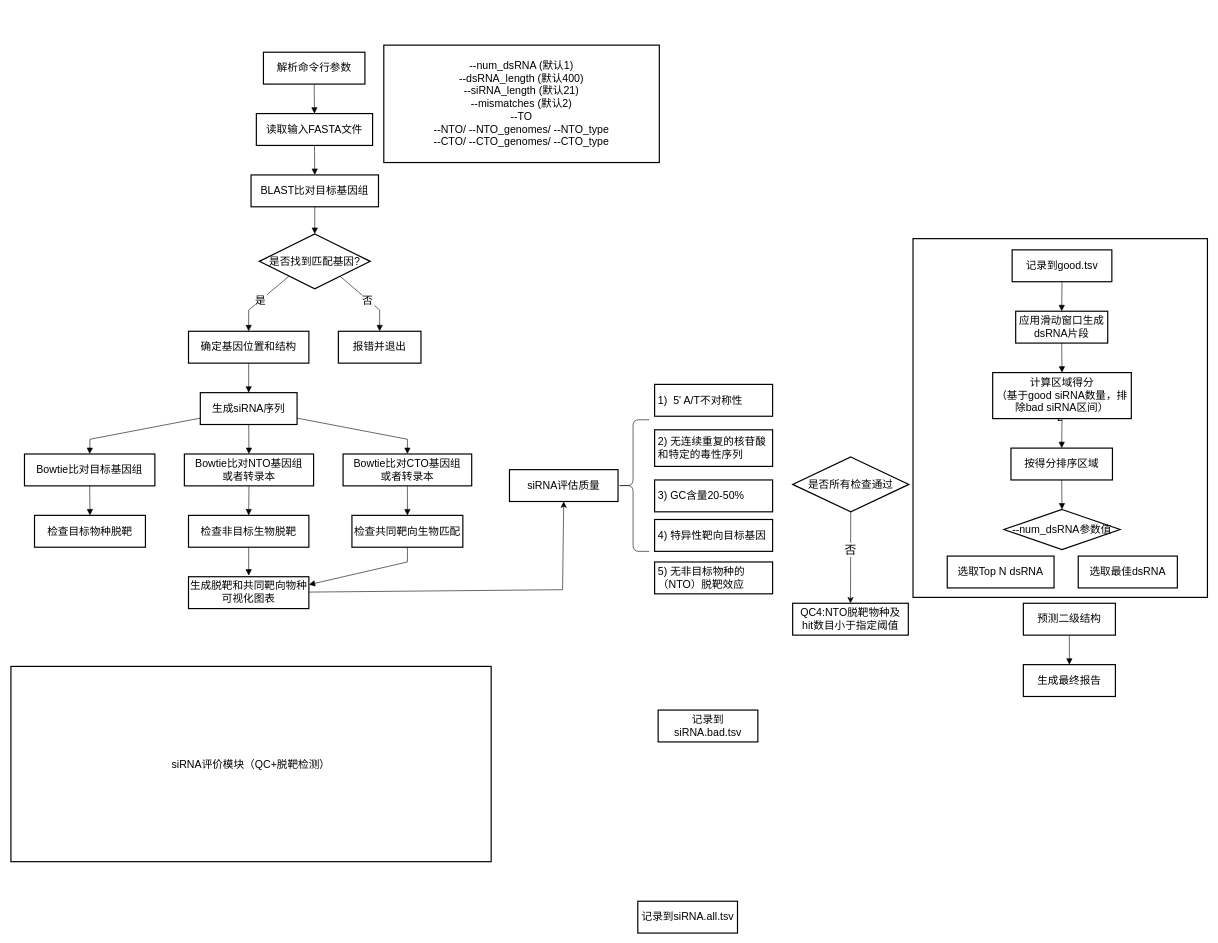
hjanime/101 keeps this draw.io diagram as page "第 19 页" (18 of 18) of 未命名绘图.drawio. Above is the earlier version. Source tidied: cells renumbered, new cells numbered last; positions are measured from the earlier drawing's top-left corner, leaving out a move shared by most shapes. Both pictures are drawn from the tidied source at 59%, with x=0, y=0 at pixel (11, 45).
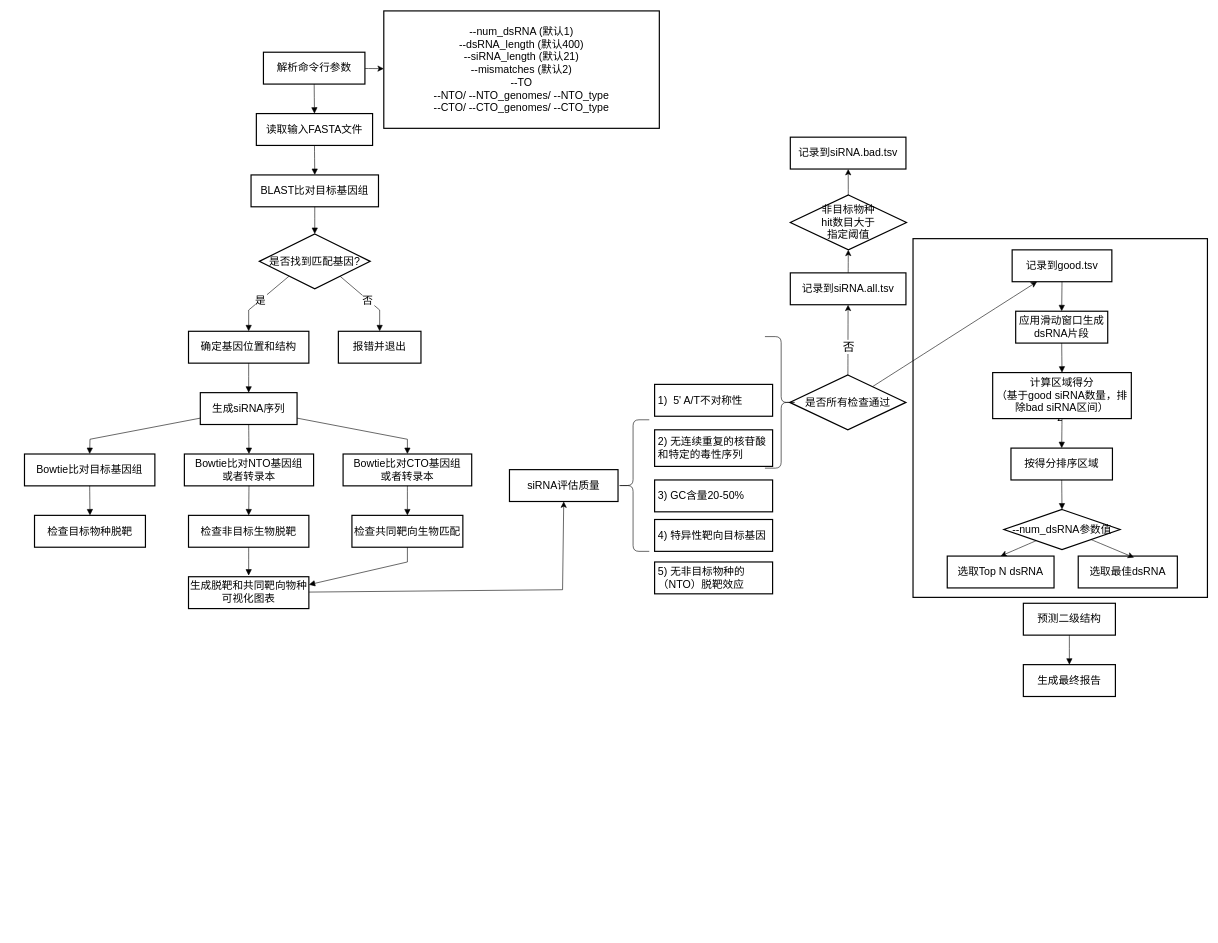
Above is the later version.

Commit message:
更新未命名绘图.drawio

Unchanged cells that the change refers to:
```xml
<mxCell id="3" value="解析命令行参数" style="whiteSpace=wrap;strokeWidth=2;fontSize=18;" parent="1" vertex="1">
  <mxGeometry x="428" y="12" width="172" height="54" as="geometry" />
</mxCell>
<mxCell id="39" value="记录到good.tsv" style="whiteSpace=wrap;strokeWidth=2;fontSize=18;" parent="1" vertex="1">
  <mxGeometry x="1697" y="347" width="169" height="54" as="geometry" />
</mxCell>
<mxCell id="43" value="--num_dsRNA参数值" style="rhombus;strokeWidth=2;whiteSpace=wrap;fontSize=18;" parent="1" vertex="1">
  <mxGeometry x="1683" y="787" width="197" height="68" as="geometry" />
</mxCell>
<mxCell id="44" value="选取Top N dsRNA" style="whiteSpace=wrap;strokeWidth=2;fontSize=18;" parent="1" vertex="1">
  <mxGeometry x="1587" y="866" width="181" height="54" as="geometry" />
</mxCell>
<mxCell id="45" value="选取最佳dsRNA" style="whiteSpace=wrap;strokeWidth=2;fontSize=18;" parent="1" vertex="1">
  <mxGeometry x="1809" y="866" width="168" height="54" as="geometry" />
</mxCell>
```

Diff of the diagram source:
```diff
@@
-    <mxCell id="2" value="siRNA评价模块（QC+脱靶检测）" style="whiteSpace=wrap;strokeWidth=2;fontSize=18;" parent="1" vertex="1">
-      <mxGeometry y="1053" width="814" height="331" as="geometry" />
-    </mxCell>
+    <mxCell id="63" style="edgeStyle=none;curved=1;rounded=0;jettySize=auto;html=1;fontSize=12;startSize=8;endSize=8;" parent="1" edge="1" source="3" target="34">
+      <mxGeometry relative="1" as="geometry" />
+    </mxCell>
@@
     <mxCell id="34" value="--num_dsRNA (默认1)&#10;--dsRNA_length (默认400)&#10;--siRNA_length (默认21)&#10;--mismatches (默认2)&#10;--TO&#10;--NTO/ --NTO_genomes/ --NTO_type&#10;--CTO/ --CTO_genomes/ --CTO_type" style="whiteSpace=wrap;strokeWidth=2;fontSize=18;" parent="1" vertex="1">
-      <mxGeometry x="632" width="467" height="199" as="geometry" />
+      <mxGeometry x="632" y="-58" width="467" height="199" as="geometry" />
     </mxCell>
@@
+    <mxCell id="64" style="edgeStyle=none;curved=1;rounded=0;jettySize=auto;html=1;fontSize=12;startSize=8;endSize=8;entryX=0.5;entryY=0;entryDx=0;entryDy=0;" parent="1" edge="1" source="43" target="44">
+      <mxGeometry relative="1" as="geometry" />
+    </mxCell>
@@
-    <mxCell id="53" value="记录到siRNA.bad.tsv" style="whiteSpace=wrap;strokeWidth=2;fontSize=18;" parent="1" vertex="1">
-      <mxGeometry x="1097" y="1127" width="169" height="54" as="geometry" />
-    </mxCell>
-    <mxCell id="54" value="记录到siRNA.all.tsv" style="whiteSpace=wrap;strokeWidth=2;fontSize=18;" parent="1" vertex="1">
-      <mxGeometry x="1062.5" y="1451" width="169" height="54" as="geometry" />
-    </mxCell>
+    <mxCell id="65" style="edgeStyle=none;curved=1;rounded=0;jettySize=auto;html=1;fontSize=12;startSize=8;endSize=8;" parent="1" edge="1" source="55" target="68">
+      <mxGeometry relative="1" as="geometry" />
+    </mxCell>
-    <mxCell id="55" value="QC4:NTO脱靶物种及&#10;hit数目小于指定阈值" style="whiteSpace=wrap;strokeWidth=2;fontSize=18;" parent="1" vertex="1">
-      <mxGeometry x="1325" y="946" width="196" height="54" as="geometry" />
+    <mxCell id="55" value="记录到siRNA.all.tsv" style="whiteSpace=wrap;strokeWidth=2;fontSize=18;" parent="1" vertex="1">
+      <mxGeometry x="1321" y="386" width="196" height="54" as="geometry" />
     </mxCell>
@@
+    <mxCell id="66" style="edgeStyle=none;curved=1;rounded=0;jettySize=auto;html=1;fontSize=12;startSize=8;endSize=8;" parent="1" edge="1" source="58" target="39">
+      <mxGeometry relative="1" as="geometry" />
+    </mxCell>
     <mxCell id="58" value="是否所有检查通过" style="rhombus;strokeWidth=2;whiteSpace=wrap;fontSize=18;" parent="1" vertex="1">
-      <mxGeometry x="1325" y="698" width="197" height="93" as="geometry" />
+      <mxGeometry x="1320" y="559" width="197" height="93" as="geometry" />
     </mxCell>
@@
+    <mxCell id="67" style="edgeStyle=none;curved=1;rounded=0;jettySize=auto;html=1;fontSize=12;startSize=8;endSize=8;" parent="1" edge="1" source="68" target="53">
+      <mxGeometry relative="1" as="geometry" />
+    </mxCell>
+    <mxCell id="68" value="非目标物种&#10;hit数目大于&#10;指定阈值" style="rhombus;strokeWidth=2;whiteSpace=wrap;fontSize=18;" parent="1" vertex="1">
+      <mxGeometry x="1321" y="254" width="197" height="93" as="geometry" />
+    </mxCell>
+    <mxCell id="53" value="记录到siRNA.bad.tsv" style="whiteSpace=wrap;strokeWidth=2;fontSize=18;" parent="1" vertex="1">
+      <mxGeometry x="1321" y="156" width="196" height="54" as="geometry" />
+    </mxCell>
+    <mxCell id="69" style="shape=curlyBracket;whiteSpace=wrap;html=1;rounded=1;labelPosition=left;verticalLabelPosition=middle;align=right;verticalAlign=middle;rotation=-180;" parent="1" vertex="1">
+      <mxGeometry x="1278" y="494" width="55" height="223" as="geometry" />
+    </mxCell>
+    <mxCell id="70" style="edgeStyle=none;curved=1;rounded=0;jettySize=auto;html=1;fontSize=12;startSize=8;endSize=8;entryX=0.563;entryY=0.046;entryDx=0;entryDy=0;exitX=1;exitY=1;exitDx=0;exitDy=0;entryPerimeter=0;" parent="1" edge="1" source="43" target="45">
+      <mxGeometry relative="1" as="geometry" />
+    </mxCell>
```
